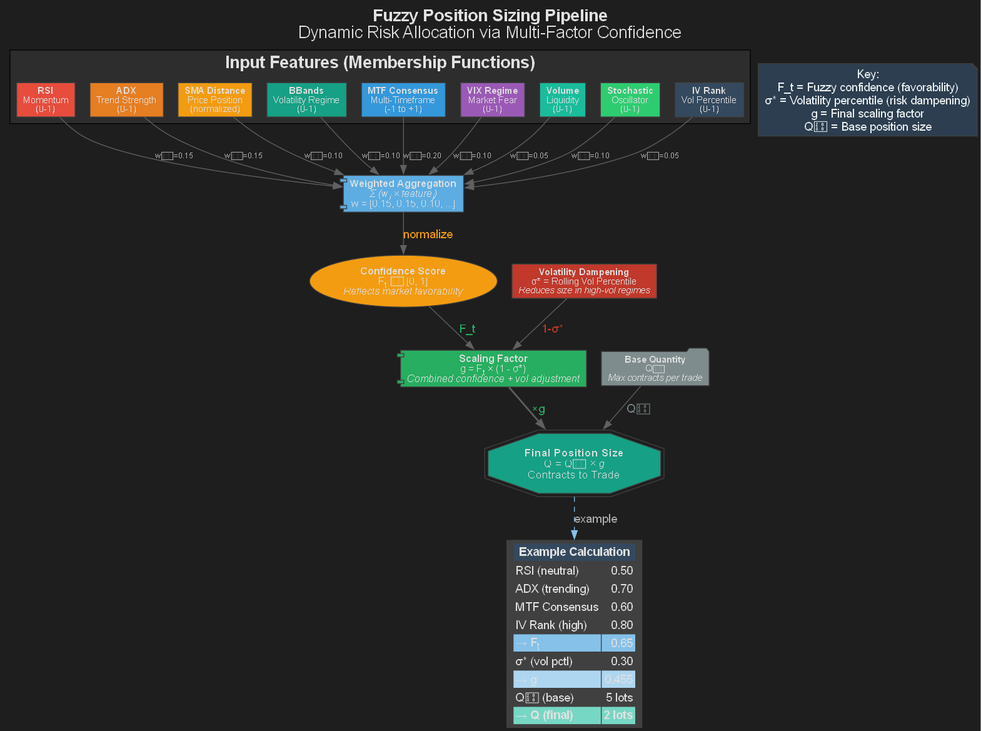
trextrader/spy-iron-condor-trading keeps this Graphviz diagram as docs/architecture/fuzzy_sizing_pipeline.png. Above is the earlier version. Its source is kept beside it as docs/architecture/fuzzy_sizing_pipeline.dot.
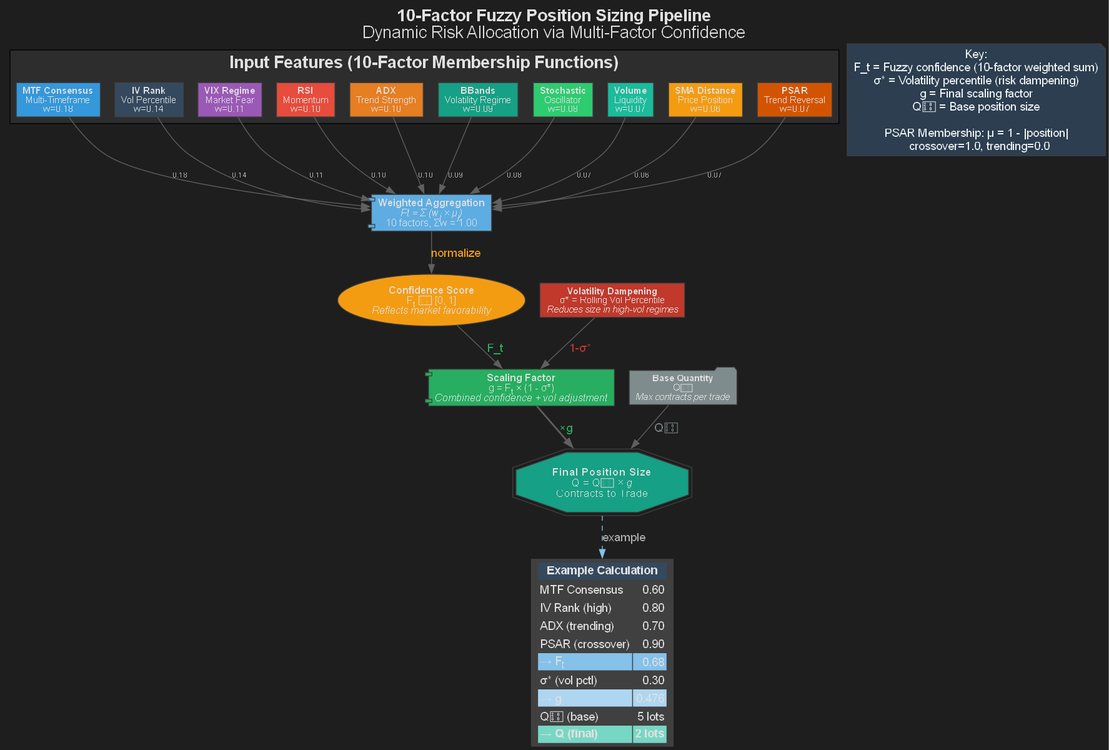
The same diagram one commit later.

Change to the diagram source:
```diff
@@ -6,27 +6,28 @@
     node [fontname="Helvetica", fontcolor="#e0e0e0", style=filled, color="#404040"];
     edge [fontname="Helvetica", fontcolor="#b0b0b0", color="#606060"];
 
-    label=<<b>Fuzzy Position Sizing Pipeline</b><br/>Dynamic Risk Allocation via Multi-Factor Confidence>;
+    label=<<b>10-Factor Fuzzy Position Sizing Pipeline</b><br/>Dynamic Risk Allocation via Multi-Factor Confidence>;
     labelloc="t";
     fontsize=20;
 
     subgraph cluster_inputs {
-        label=<<b>Input Features (Membership Functions)</b>>;
+        label=<<b>Input Features (10-Factor Membership Functions)</b>>;
         style=filled;
         fillcolor="#2d2d2d";
 
-        rsi [label=<<b>RSI</b><br/>Momentum<br/>(0-1)>, shape=box, fillcolor="#e74c3c", fontsize=11];
-        adx [label=<<b>ADX</b><br/>Trend Strength<br/>(0-1)>, shape=box, fillcolor="#e67e22", fontsize=11];
-        sma_dist [label=<<b>SMA Distance</b><br/>Price Position<br/>(normalized)>, shape=box, fillcolor="#f39c12", fontsize=11];
-        bbands [label=<<b>BBands</b><br/>Volatility Regime<br/>(0-1)>, shape=box, fillcolor="#16a085", fontsize=11];
-        mtf [label=<<b>MTF Consensus</b><br/>Multi-Timeframe<br/>(-1 to +1)>, shape=box, fillcolor="#3498db", fontsize=11];
-        vix [label=<<b>VIX Regime</b><br/>Market Fear<br/>(0-1)>, shape=box, fillcolor="#9b59b6", fontsize=11];
-        volume [label=<<b>Volume</b><br/>Liquidity<br/>(0-1)>, shape=box, fillcolor="#1abc9c", fontsize=11];
-        stoch [label=<<b>Stochastic</b><br/>Oscillator<br/>(0-1)>, shape=box, fillcolor="#2ecc71", fontsize=11];
-        iv_rank [label=<<b>IV Rank</b><br/>Vol Percentile<br/>(0-1)>, shape=box, fillcolor="#34495e", fontsize=11];
+        mtf [label=<<b>MTF Consensus</b><br/>Multi-Timeframe<br/>w=0.18>, shape=box, fillcolor="#3498db", fontsize=11];
+        iv_rank [label=<<b>IV Rank</b><br/>Vol Percentile<br/>w=0.14>, shape=box, fillcolor="#34495e", fontsize=11];
+        vix [label=<<b>VIX Regime</b><br/>Market Fear<br/>w=0.11>, shape=box, fillcolor="#9b59b6", fontsize=11];
+        rsi [label=<<b>RSI</b><br/>Momentum<br/>w=0.10>, shape=box, fillcolor="#e74c3c", fontsize=11];
+        adx [label=<<b>ADX</b><br/>Trend Strength<br/>w=0.10>, shape=box, fillcolor="#e67e22", fontsize=11];
+        bbands [label=<<b>BBands</b><br/>Volatility Regime<br/>w=0.09>, shape=box, fillcolor="#16a085", fontsize=11];
+        stoch [label=<<b>Stochastic</b><br/>Oscillator<br/>w=0.08>, shape=box, fillcolor="#2ecc71", fontsize=11];
+        volume [label=<<b>Volume</b><br/>Liquidity<br/>w=0.07>, shape=box, fillcolor="#1abc9c", fontsize=11];
+        sma_dist [label=<<b>SMA Distance</b><br/>Price Position<br/>w=0.06>, shape=box, fillcolor="#f39c12", fontsize=11];
+        psar [label=<<b>PSAR</b><br/>Trend Reversal<br/>w=0.07>, shape=box, fillcolor="#d35400", fontsize=11];
     }
 
-    weighted_sum [label=<<b>Weighted Aggregation</b><br/><i>Σ (w<SUB>i</SUB> × feature<SUB>i</SUB>)</i><br/>w = [0.15, 0.15, 0.10, ...]>, shape=component, fillcolor="#5dade2", fontsize=12];
+    weighted_sum [label=<<b>Weighted Aggregation</b><br/><i>Ft = Σ (w<SUB>j</SUB> × μ<SUB>j</SUB>)</i><br/>10 factors, Σw = 1.00>, shape=component, fillcolor="#5dade2", fontsize=12];
 
     confidence [label=<<b>Confidence Score</b><br/>F<SUB>t</SUB> ∈ [0, 1]<br/><i>Reflects market favorability</i>>, shape=ellipse, fillcolor="#f39c12", fontsize=12];
 
@@ -40,26 +41,27 @@
 
     example [label=<<table border="0" cellborder="1" cellspacing="0">
         <tr><td bgcolor="#34495e" colspan="2"><b>Example Calculation</b></td></tr>
-        <tr><td align="left">RSI (neutral)</td><td align="right">0.50</td></tr>
-        <tr><td align="left">ADX (trending)</td><td align="right">0.70</td></tr>
         <tr><td align="left">MTF Consensus</td><td align="right">0.60</td></tr>
         <tr><td align="left">IV Rank (high)</td><td align="right">0.80</td></tr>
-        <tr><td bgcolor="#85c1e9" align="left">→ F<SUB>t</SUB></td><td bgcolor="#85c1e9" align="right">0.65</td></tr>
+        <tr><td align="left">ADX (trending)</td><td align="right">0.70</td></tr>
+        <tr><td align="left">PSAR (crossover)</td><td align="right">0.90</td></tr>
+        <tr><td bgcolor="#85c1e9" align="left">→ F<SUB>t</SUB></td><td bgcolor="#85c1e9" align="right">0.68</td></tr>
         <tr><td align="left">σ* (vol pctl)</td><td align="right">0.30</td></tr>
-        <tr><td bgcolor="#aed6f1" align="left">→ g</td><td bgcolor="#aed6f1" align="right">0.455</td></tr>
+        <tr><td bgcolor="#aed6f1" align="left">→ g</td><td bgcolor="#aed6f1" align="right">0.476</td></tr>
         <tr><td align="left">Q₀ (base)</td><td align="right">5 lots</td></tr>
         <tr><td bgcolor="#76d7c4" align="left"><b>→ Q (final)</b></td><td bgcolor="#76d7c4" align="right"><b>2 lots</b></td></tr>
     </table>>, shape=plaintext];
 
-    rsi -> weighted_sum [label="w₁=0.15", fontsize=9];
-    adx -> weighted_sum [label="w₂=0.15", fontsize=9];
-    sma_dist -> weighted_sum [label="w₃=0.10", fontsize=9];
-    bbands -> weighted_sum [label="w₄=0.10", fontsize=9];
-    mtf -> weighted_sum [label="w₅=0.20", fontsize=9];
-    vix -> weighted_sum [label="w₆=0.10", fontsize=9];
-    volume -> weighted_sum [label="w₇=0.05", fontsize=9];
-    stoch -> weighted_sum [label="w₈=0.10", fontsize=9];
-    iv_rank -> weighted_sum [label="w₉=0.05", fontsize=9];
+    mtf -> weighted_sum [label="0.18", fontsize=9];
+    iv_rank -> weighted_sum [label="0.14", fontsize=9];
+    vix -> weighted_sum [label="0.11", fontsize=9];
+    rsi -> weighted_sum [label="0.10", fontsize=9];
+    adx -> weighted_sum [label="0.10", fontsize=9];
+    bbands -> weighted_sum [label="0.09", fontsize=9];
+    stoch -> weighted_sum [label="0.08", fontsize=9];
+    volume -> weighted_sum [label="0.07", fontsize=9];
+    sma_dist -> weighted_sum [label="0.06", fontsize=9];
+    psar -> weighted_sum [label="0.07", fontsize=9];
 
     weighted_sum -> confidence [label="normalize", fontcolor="#f39c12"];
 
@@ -71,5 +73,5 @@
 
     final_size -> example [style=dashed, color="#85c1e9", label="example"];
 
-    note [label="Key:\nF_t = Fuzzy confidence (favorability)\nσ* = Volatility percentile (risk dampening)\ng = Final scaling factor\nQ₀ = Base position size", shape=note, fillcolor="#2c3e50", fontcolor="#ecf0f1"];
+    note [label="Key:\nF_t = Fuzzy confidence (10-factor weighted sum)\nσ* = Volatility percentile (risk dampening)\ng = Final scaling factor\nQ₀ = Base position size\n\nPSAR Membership: μ = 1 - |position|\n  crossover=1.0, trending=0.0", shape=note, fillcolor="#2c3e50", fontcolor="#ecf0f1"];
 }
```
